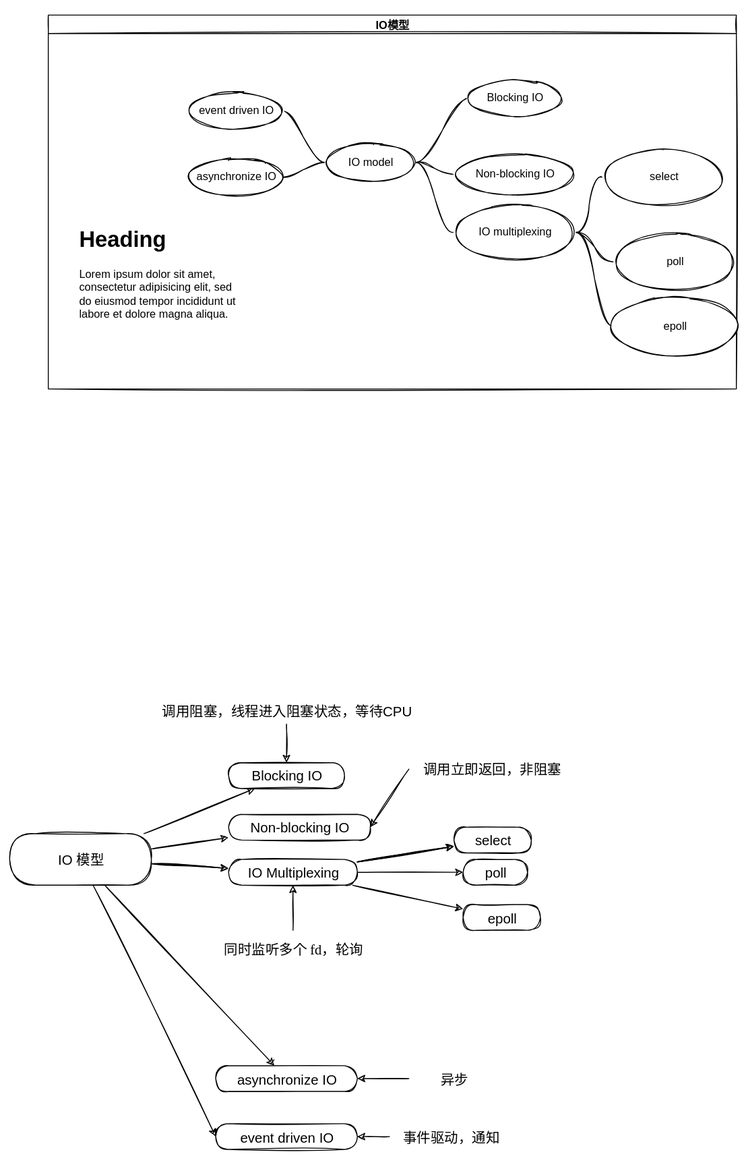
Above: Mindmap/IO模型导图.svg in justin4v/ZettelNotes (draw.io), before the change. Source tidied: cells renumbered, new cells last; positions are measured from the earlier drawing's top-left corner, leaving out a move shared by most shapes.
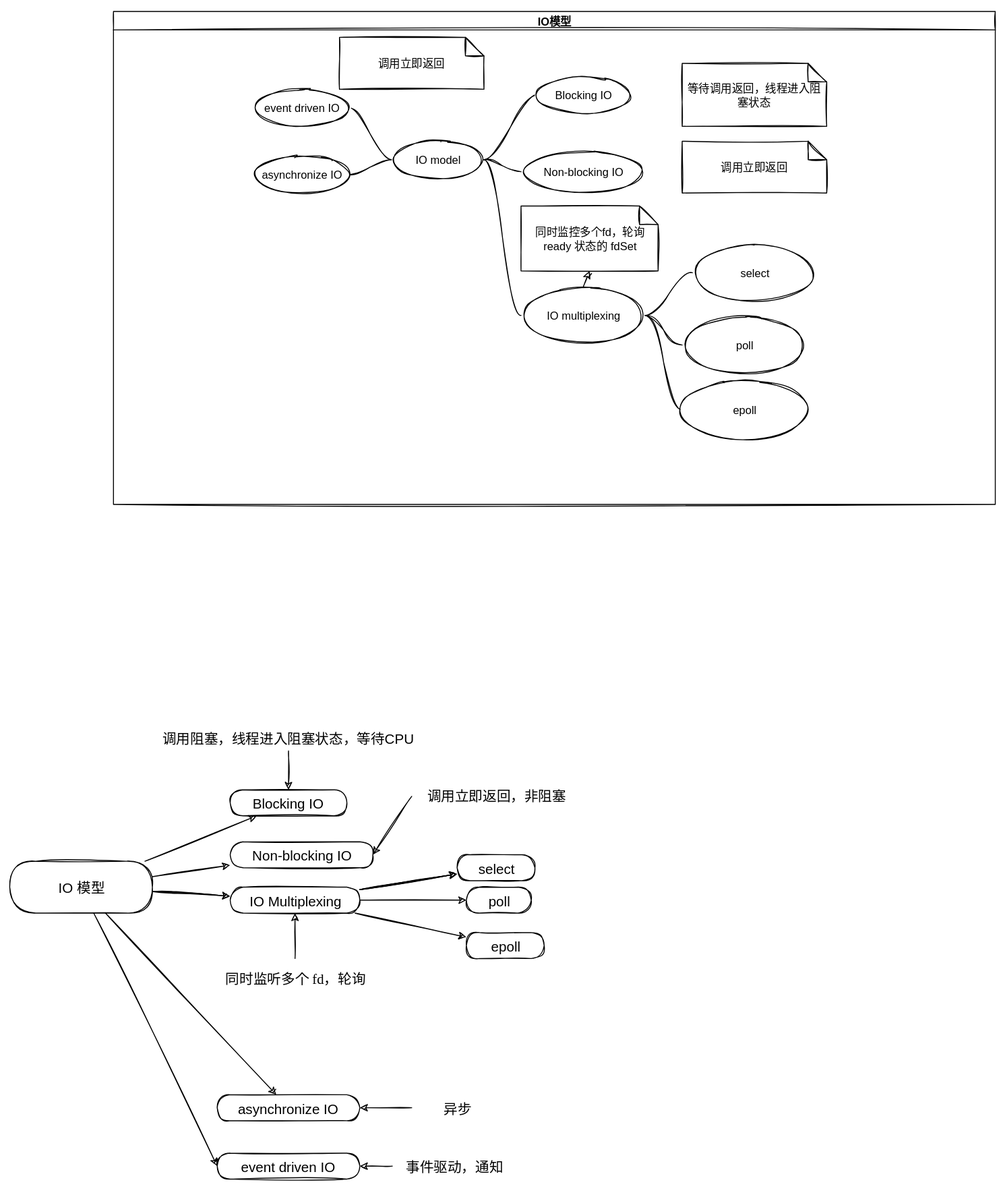
The same file after the commit.

Diff of the diagram source:
```diff
@@ -96,7 +96,7 @@
       <mxGeometry x="493" y="917" width="70" height="28" as="geometry" />
     </mxCell>
     <mxCell id="33" value="IO模型" style="swimlane;startSize=20;horizontal=1;containerType=tree;" parent="1" vertex="1">
-      <mxGeometry x="42" width="748" height="406" as="geometry" />
+      <mxGeometry x="112" y="-28" width="952" height="532" as="geometry" />
     </mxCell>
     <mxCell id="34" value="IO model" style="ellipse;whiteSpace=wrap;html=1;align=center;newEdgeStyle={&quot;edgeStyle&quot;:&quot;entityRelationEdgeStyle&quot;,&quot;startArrow&quot;:&quot;none&quot;,&quot;endArrow&quot;:&quot;none&quot;,&quot;segment&quot;:10,&quot;curved&quot;:1};" parent="33" vertex="1">
       <mxGeometry x="300" y="140" width="100" height="40" as="geometry" />
@@ -110,26 +110,29 @@
     <mxCell id="37" style="edgeStyle=entityRelationEdgeStyle;html=1;startArrow=none;endArrow=none;segment=10;curved=1;" parent="33" edge="1" source="34" target="38">
       <mxGeometry relative="1" as="geometry" />
     </mxCell>
+    <mxCell id="52" style="edgeStyle=none;html=1;exitX=0.5;exitY=0;exitDx=0;exitDy=0;entryX=0.5;entryY=1;entryDx=0;entryDy=0;entryPerimeter=0;" parent="33" edge="1" source="38" target="55">
+      <mxGeometry relative="1" as="geometry" />
+    </mxCell>
     <mxCell id="38" value="IO multiplexing" style="ellipse;whiteSpace=wrap;html=1;align=center;newEdgeStyle={&quot;edgeStyle&quot;:&quot;entityRelationEdgeStyle&quot;,&quot;startArrow&quot;:&quot;none&quot;,&quot;endArrow&quot;:&quot;none&quot;,&quot;segment&quot;:10,&quot;curved&quot;:1};" parent="33" vertex="1">
-      <mxGeometry x="440" y="206" width="134" height="60" as="geometry" />
+      <mxGeometry x="440" y="298" width="134" height="60" as="geometry" />
     </mxCell>
     <mxCell id="39" style="edgeStyle=entityRelationEdgeStyle;html=1;startArrow=none;endArrow=none;segment=10;curved=1;" parent="33" edge="1" source="38" target="40">
       <mxGeometry relative="1" as="geometry" />
     </mxCell>
     <mxCell id="40" value="select" style="ellipse;whiteSpace=wrap;html=1;align=center;newEdgeStyle={&quot;edgeStyle&quot;:&quot;entityRelationEdgeStyle&quot;,&quot;startArrow&quot;:&quot;none&quot;,&quot;endArrow&quot;:&quot;none&quot;,&quot;segment&quot;:10,&quot;curved&quot;:1};" parent="33" vertex="1">
-      <mxGeometry x="602" y="146" width="134" height="60" as="geometry" />
+      <mxGeometry x="625" y="252" width="134" height="60" as="geometry" />
     </mxCell>
     <mxCell id="41" style="edgeStyle=entityRelationEdgeStyle;html=1;startArrow=none;endArrow=none;segment=10;curved=1;" parent="33" edge="1" source="38" target="42">
       <mxGeometry relative="1" as="geometry" />
     </mxCell>
     <mxCell id="42" value="poll" style="ellipse;whiteSpace=wrap;html=1;align=center;newEdgeStyle={&quot;edgeStyle&quot;:&quot;entityRelationEdgeStyle&quot;,&quot;startArrow&quot;:&quot;none&quot;,&quot;endArrow&quot;:&quot;none&quot;,&quot;segment&quot;:10,&quot;curved&quot;:1};" parent="33" vertex="1">
-      <mxGeometry x="614" y="238" width="134" height="60" as="geometry" />
+      <mxGeometry x="614" y="330" width="134" height="60" as="geometry" />
     </mxCell>
     <mxCell id="43" style="edgeStyle=entityRelationEdgeStyle;html=1;startArrow=none;endArrow=none;segment=10;curved=1;" parent="33" edge="1" source="38" target="44">
       <mxGeometry relative="1" as="geometry" />
     </mxCell>
     <mxCell id="44" value="epoll" style="ellipse;whiteSpace=wrap;html=1;align=center;newEdgeStyle={&quot;edgeStyle&quot;:&quot;entityRelationEdgeStyle&quot;,&quot;startArrow&quot;:&quot;none&quot;,&quot;endArrow&quot;:&quot;none&quot;,&quot;segment&quot;:10,&quot;curved&quot;:1};" parent="33" vertex="1">
-      <mxGeometry x="614" y="308" width="134" height="60" as="geometry" />
+      <mxGeometry x="614" y="400" width="134" height="60" as="geometry" />
     </mxCell>
     <mxCell id="45" style="edgeStyle=entityRelationEdgeStyle;html=1;startArrow=none;endArrow=none;segment=10;curved=1;" parent="33" edge="1" source="34" target="46">
       <mxGeometry relative="1" as="geometry" />
@@ -149,8 +152,17 @@
     <mxCell id="50" value="asynchronize IO" style="ellipse;whiteSpace=wrap;html=1;align=center;newEdgeStyle={&quot;edgeStyle&quot;:&quot;entityRelationEdgeStyle&quot;,&quot;startArrow&quot;:&quot;none&quot;,&quot;endArrow&quot;:&quot;none&quot;,&quot;segment&quot;:10,&quot;curved&quot;:1};" parent="33" vertex="1">
       <mxGeometry x="154" y="156" width="100" height="40" as="geometry" />
     </mxCell>
-    <mxCell id="51" value="&lt;h1&gt;Heading&lt;/h1&gt;&lt;p&gt;Lorem ipsum dolor sit amet, consectetur adipisicing elit, sed do eiusmod tempor incididunt ut labore et dolore magna aliqua.&lt;/p&gt;" style="text;html=1;strokeColor=none;fillColor=none;spacing=5;spacingTop=-20;whiteSpace=wrap;overflow=hidden;rounded=0;" parent="33" vertex="1">
-      <mxGeometry x="28" y="224" width="190" height="120" as="geometry" />
-    </mxCell>
+    <mxCell id="53" value="等待调用返回，线程进入阻塞状态" style="shape=note;size=20;whiteSpace=wrap;html=1;" parent="33" vertex="1">
+      <mxGeometry x="614" y="56" width="156" height="68" as="geometry" />
+    </mxCell>
+    <mxCell id="54" value="调用立即返回" style="shape=note;size=20;whiteSpace=wrap;html=1;" parent="33" vertex="1">
+      <mxGeometry x="614" y="140" width="156" height="56" as="geometry" />
+    </mxCell>
+    <mxCell id="55" value="同时监控多个fd，轮询 ready 状态的 fdSet" style="shape=note;size=20;whiteSpace=wrap;html=1;" parent="33" vertex="1">
+      <mxGeometry x="440" y="210" width="148" height="70" as="geometry" />
+    </mxCell>
+    <mxCell id="56" value="调用立即返回" style="shape=note;size=20;whiteSpace=wrap;html=1;" parent="33" vertex="1">
+      <mxGeometry x="244" y="28" width="156" height="56" as="geometry" />
+    </mxCell>
   </root>
 </mxGraphModel>
```
